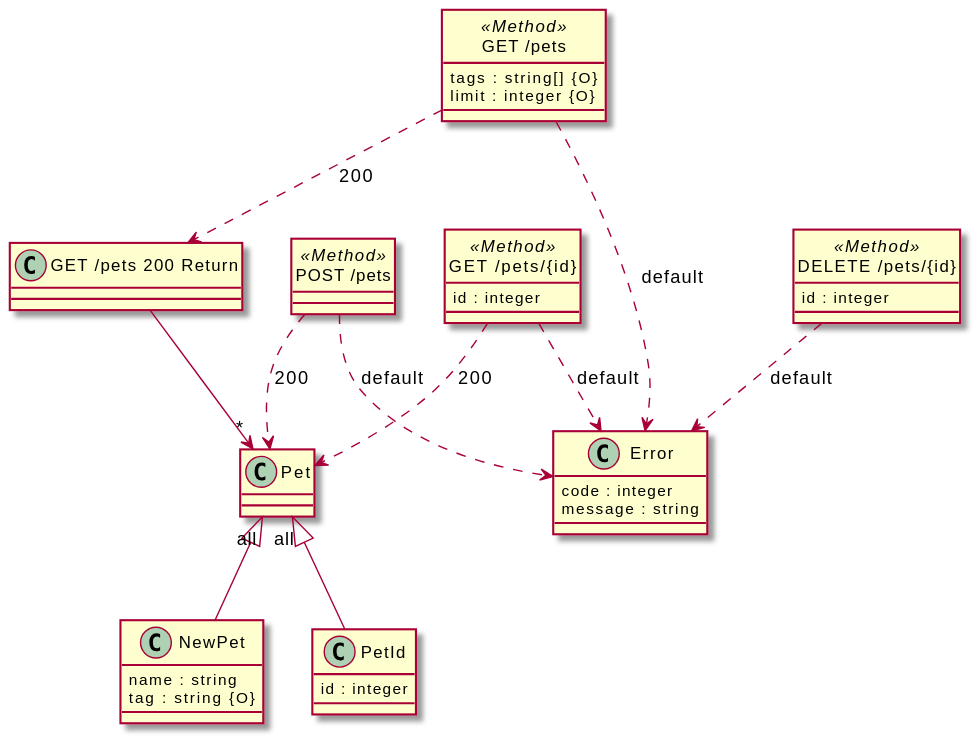
Above: src/docs/tests/petstore-expanded.puml.svg in davidmoten/openapi-to-plantuml (PlantUML), before the change. Its diagram source:
```plantuml
@startuml

class "Pet" {
}

"Pet" "all" <|-- "NewPet"

"Pet" "all" <|-- "PetId"

class "PetId" {
  id : integer
}

class "NewPet" {
  name : string
  tag : string {O}
}

class "Error" {
  code : integer
  message : string
}
hide <<Method>> circle

class "GET /pets" <<Method>> {
  tags : string[] {O}
  limit : integer {O}
}

class "GET /pets 200 Return" {
}

"GET /pets 200 Return" --> "*" "Pet"

"GET /pets" ..> "GET /pets 200 Return": 200

"GET /pets" ..> "Error": default

class "POST /pets" <<Method>> {
}

"POST /pets" ..> "Pet": 200

"POST /pets" ..> "Error": default

class "GET /pets/{id}" <<Method>> {
  id : integer
}

"GET /pets/{id}" ..> "Pet": 200

"GET /pets/{id}" ..> "Error": default

class "DELETE /pets/{id}" <<Method>> {
  id : integer
}

"DELETE /pets/{id}" ..> "Error": default

@enduml
```
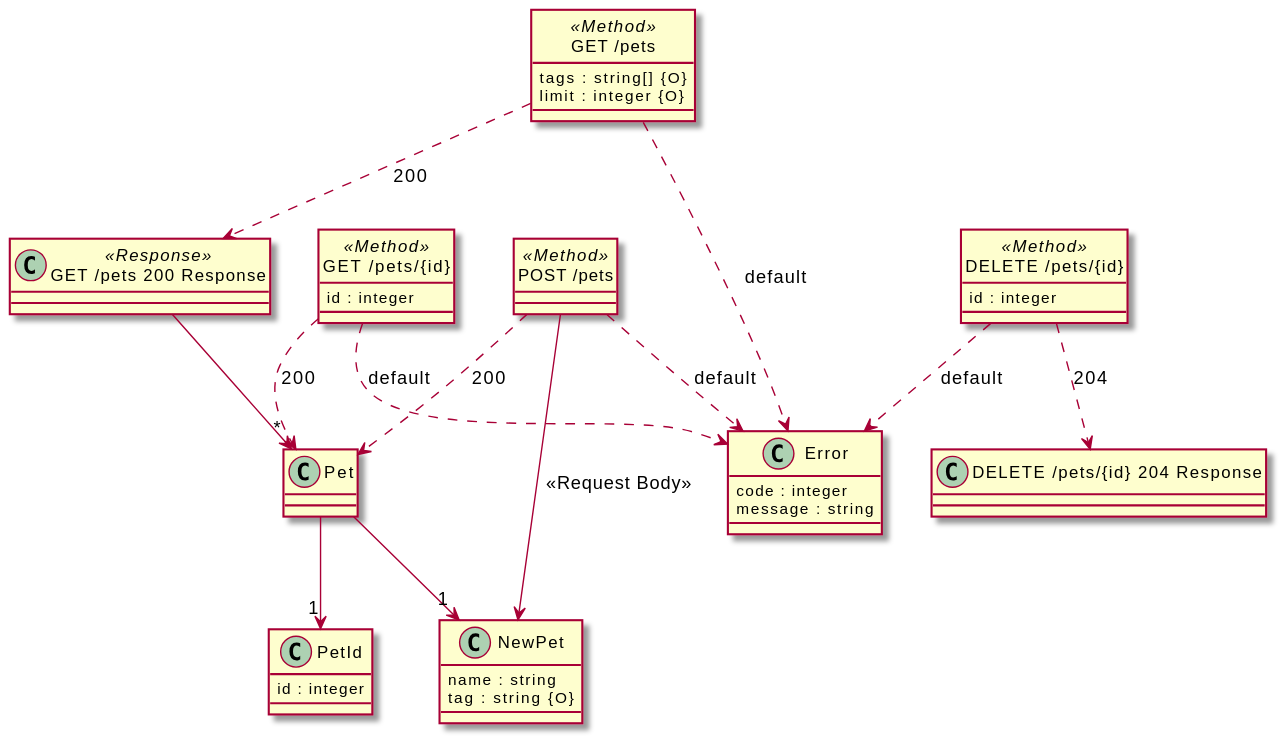
The same diagram one commit later.

The edit, as a diff of the source:
```diff
@@ -3,9 +3,9 @@
 class "Pet" {
 }
 
-"Pet" "all" <|-- "NewPet"
+"Pet" --> "1" "NewPet"
 
-"Pet" "all" <|-- "PetId"
+"Pet" --> "1" "PetId"
 
 class "PetId" {
   id : integer
@@ -27,12 +27,12 @@
   limit : integer {O}
 }
 
-class "GET /pets 200 Return" {
+class "GET /pets 200 Response" <<Response>> {
 }
 
-"GET /pets 200 Return" --> "*" "Pet"
+"GET /pets 200 Response" --> "*" "Pet"
 
-"GET /pets" ..> "GET /pets 200 Return": 200
+"GET /pets" ..> "GET /pets 200 Response": 200
 
 "GET /pets" ..> "Error": default
 
@@ -42,6 +42,8 @@
 "POST /pets" ..> "Pet": 200
 
 "POST /pets" ..> "Error": default
+
+"POST /pets" --> "NewPet" : "<<Request Body>>"
 
 class "GET /pets/{id}" <<Method>> {
   id : integer
@@ -54,6 +56,9 @@
 class "DELETE /pets/{id}" <<Method>> {
   id : integer
 }
+class "DELETE /pets/{id} 204 Response"{}
+
+"DELETE /pets/{id}" ..> "DELETE /pets/{id} 204 Response": 204
 
 "DELETE /pets/{id}" ..> "Error": default
 
```
